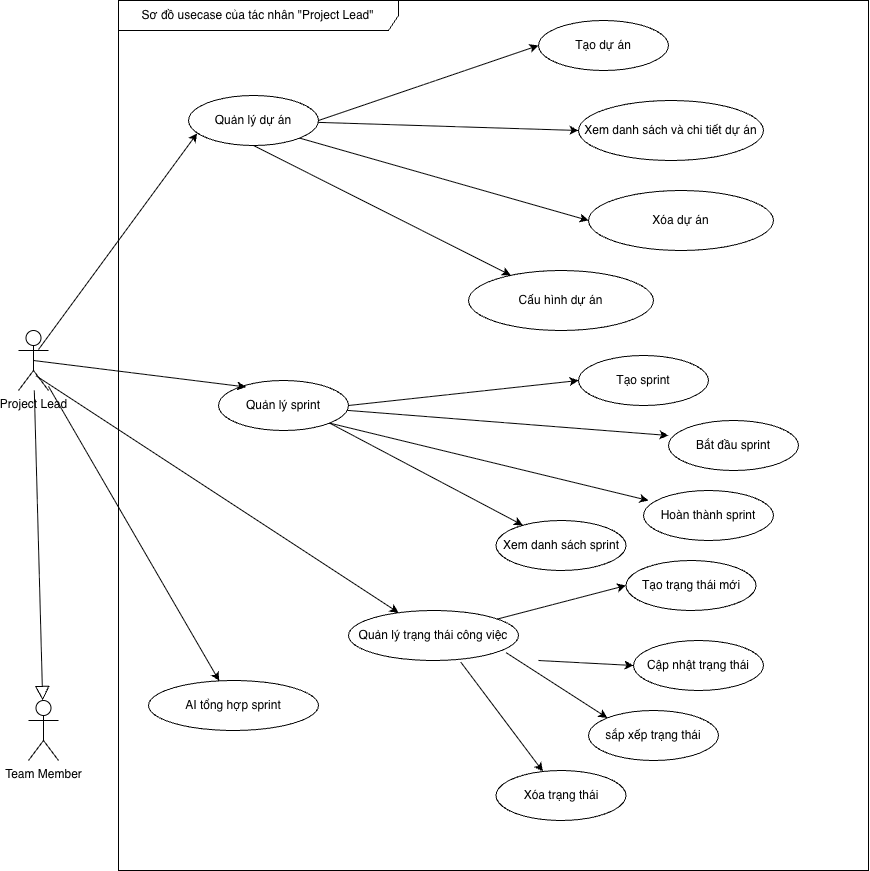
Before: reports/dat-examples/report/images/usecase_project_lead.png, a diagram exported from draw.io (toantran292/datn). Source tidied: cells renumbered, new cells last; positions are measured from the earlier drawing's top-left corner, leaving out a move shared by most shapes.
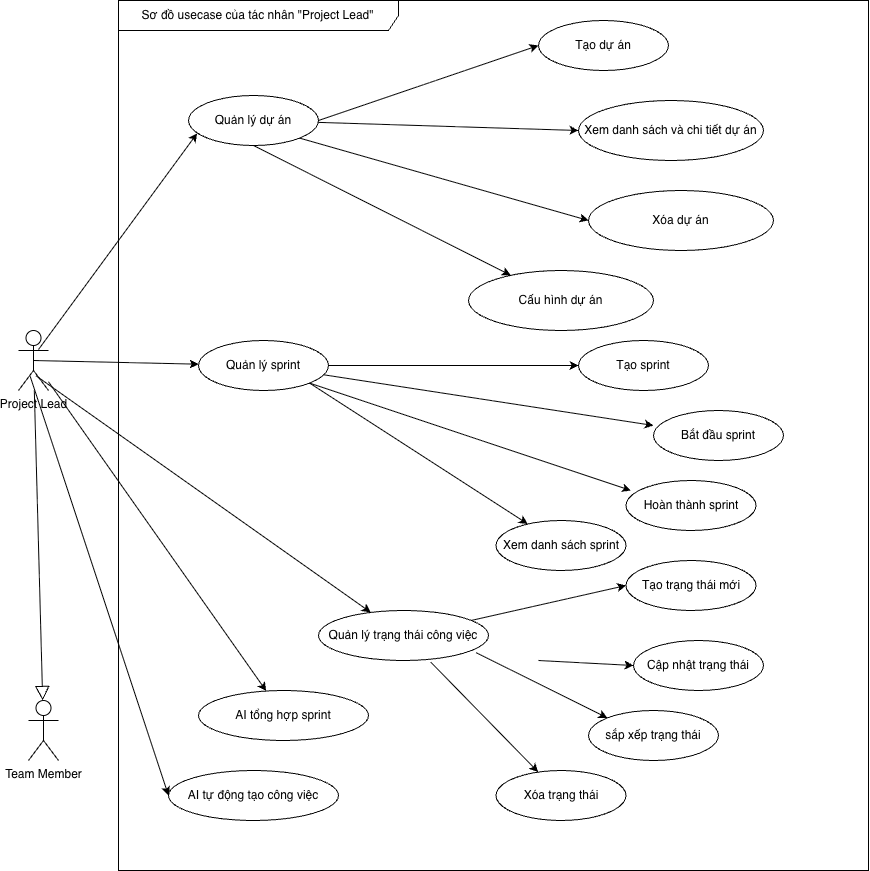
The same diagram one commit later.

What changed in the source:
```diff
@@ -33,16 +33,16 @@
       <mxGeometry relative="1" as="geometry" />
     </mxCell>
     <mxCell id="12" value="Quản lý sprint" style="ellipse;whiteSpace=wrap;html=1;" parent="2" vertex="1">
-      <mxGeometry x="100" y="380" width="130" height="50" as="geometry" />
+      <mxGeometry x="80" y="340" width="130" height="50" as="geometry" />
     </mxCell>
     <mxCell id="13" value="Tạo sprint" style="ellipse;whiteSpace=wrap;html=1;" parent="2" vertex="1">
-      <mxGeometry x="460" y="355" width="130" height="50" as="geometry" />
+      <mxGeometry x="460" y="340" width="130" height="50" as="geometry" />
     </mxCell>
     <mxCell id="14" value="Bắt đầu sprint" style="ellipse;whiteSpace=wrap;html=1;" parent="2" vertex="1">
-      <mxGeometry x="550" y="420" width="130" height="50" as="geometry" />
+      <mxGeometry x="535" y="410" width="130" height="50" as="geometry" />
     </mxCell>
     <mxCell id="15" value="Hoàn thành sprint" style="ellipse;whiteSpace=wrap;html=1;" parent="2" vertex="1">
-      <mxGeometry x="525" y="490" width="130" height="50" as="geometry" />
+      <mxGeometry x="507.5" y="480" width="130" height="50" as="geometry" />
     </mxCell>
     <mxCell id="16" value="Xem danh sách sprint" style="ellipse;whiteSpace=wrap;html=1;" parent="2" vertex="1">
       <mxGeometry x="377.5" y="520" width="130" height="50" as="geometry" />
@@ -60,7 +60,7 @@
       <mxGeometry relative="1" as="geometry" />
     </mxCell>
     <mxCell id="21" value="Quản lý trạng thái công việc" style="ellipse;whiteSpace=wrap;html=1;" parent="2" vertex="1">
-      <mxGeometry x="230" y="610" width="170" height="50" as="geometry" />
+      <mxGeometry x="200" y="610" width="170" height="50" as="geometry" />
     </mxCell>
     <mxCell id="22" value="Tạo trạng thái mới" style="ellipse;whiteSpace=wrap;html=1;" parent="2" vertex="1">
       <mxGeometry x="507.5" y="560" width="130" height="50" as="geometry" />
@@ -89,8 +89,11 @@
       <mxGeometry relative="1" as="geometry" />
     </mxCell>
     <mxCell id="30" value="AI tổng hợp sprint" style="ellipse;whiteSpace=wrap;html=1;" parent="2" vertex="1">
-      <mxGeometry x="30" y="680" width="170" height="50" as="geometry" />
+      <mxGeometry x="80" y="690" width="170" height="50" as="geometry" />
     </mxCell>
+    <mxCell id="38" value="AI tự động tạo công việc" style="ellipse;whiteSpace=wrap;html=1;" parent="2" vertex="1">
+      <mxGeometry x="50" y="770" width="170" height="50" as="geometry" />
+    </mxCell>
     <mxCell id="31" value="Project Lead" style="shape=umlActor;verticalLabelPosition=bottom;verticalAlign=top;html=1;" parent="1" vertex="1">
       <mxGeometry y="330" width="30" height="60" as="geometry" />
     </mxCell>
@@ -100,7 +103,7 @@
     <mxCell id="33" style="edgeStyle=none;html=1;endSize=12;endArrow=block;endFill=0;rounded=0;" parent="1" edge="1" source="31" target="32">
       <mxGeometry relative="1" as="geometry" />
     </mxCell>
-    <mxCell id="34" style="endArrow=classic;html=1;rounded=0;entryX=0.212;entryY=0.13;entryDx=0;entryDy=0;entryPerimeter=0;exitX=0.5;exitY=0.5;exitDx=0;exitDy=0;exitPerimeter=0;" parent="1" edge="1" source="31" target="12">
+    <mxCell id="34" style="endArrow=classic;html=1;rounded=0;exitX=0.5;exitY=0.5;exitDx=0;exitDy=0;exitPerimeter=0;" parent="1" edge="1" source="31" target="12">
       <mxGeometry relative="1" as="geometry" />
     </mxCell>
     <mxCell id="35" style="endArrow=classic;html=1;rounded=0;entryX=0.067;entryY=0.755;entryDx=0;entryDy=0;entryPerimeter=0;exitX=0.667;exitY=0.317;exitDx=0;exitDy=0;exitPerimeter=0;" parent="1" edge="1" source="31" target="3">
@@ -112,5 +115,8 @@
     <mxCell id="37" style="endArrow=classic;html=1;rounded=0;" parent="1" edge="1" source="31" target="30">
       <mxGeometry relative="1" as="geometry" />
     </mxCell>
+    <mxCell id="39" style="endArrow=classic;html=1;rounded=0;exitX=0.388;exitY=0.762;exitDx=0;exitDy=0;exitPerimeter=0;entryX=0;entryY=0.5;entryDx=0;entryDy=0;" parent="1" edge="1" source="31" target="38">
+      <mxGeometry relative="1" as="geometry" />
+    </mxCell>
   </root>
 </mxGraphModel>
```
